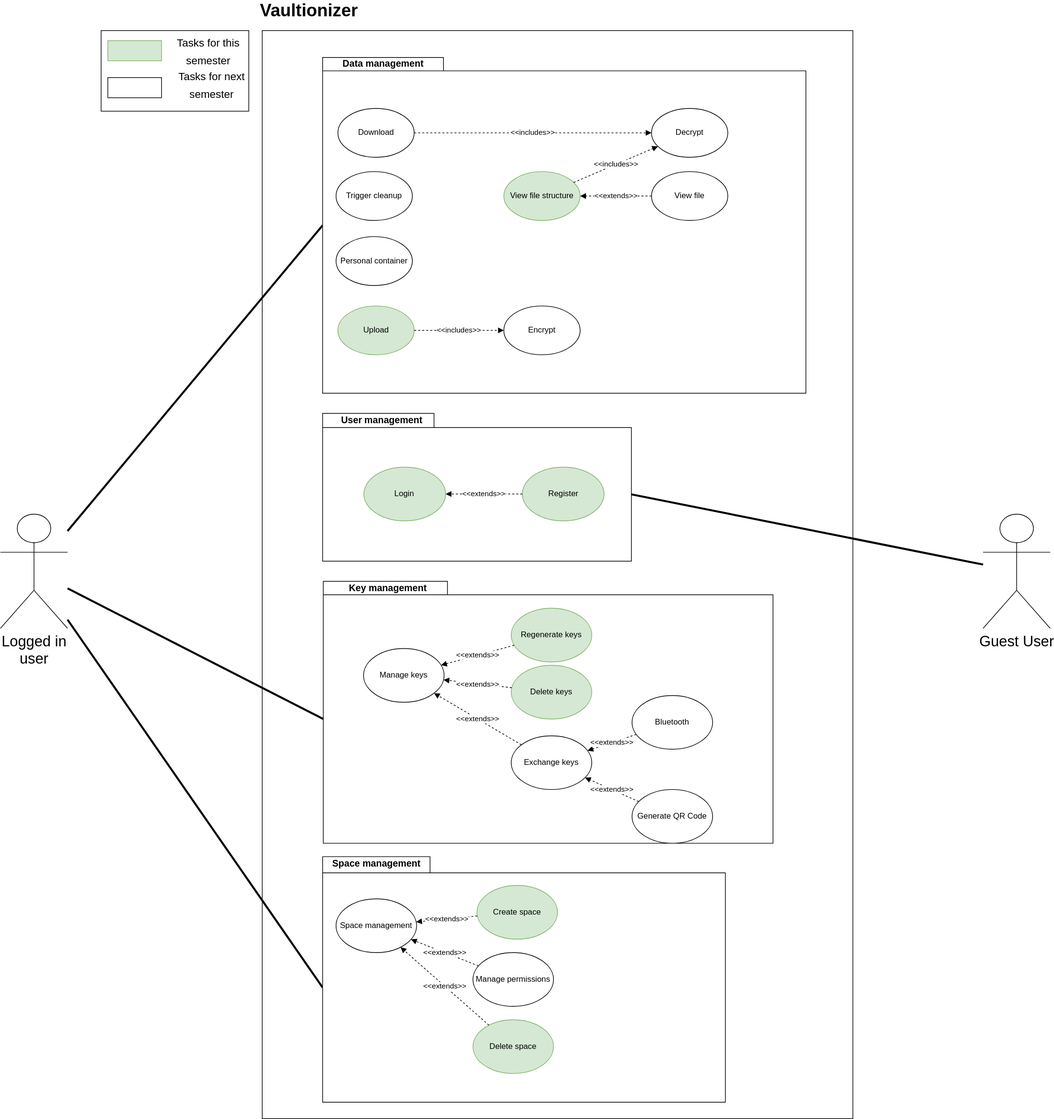
Vaultionizer/vault-docs keeps this draw.io diagram as img/use_cases/overall_use_case.svg. Above is the earlier version. Source tidied: cells renumbered, new cells last; positions are measured from the earlier drawing's top-left corner, leaving out a move shared by most shapes.
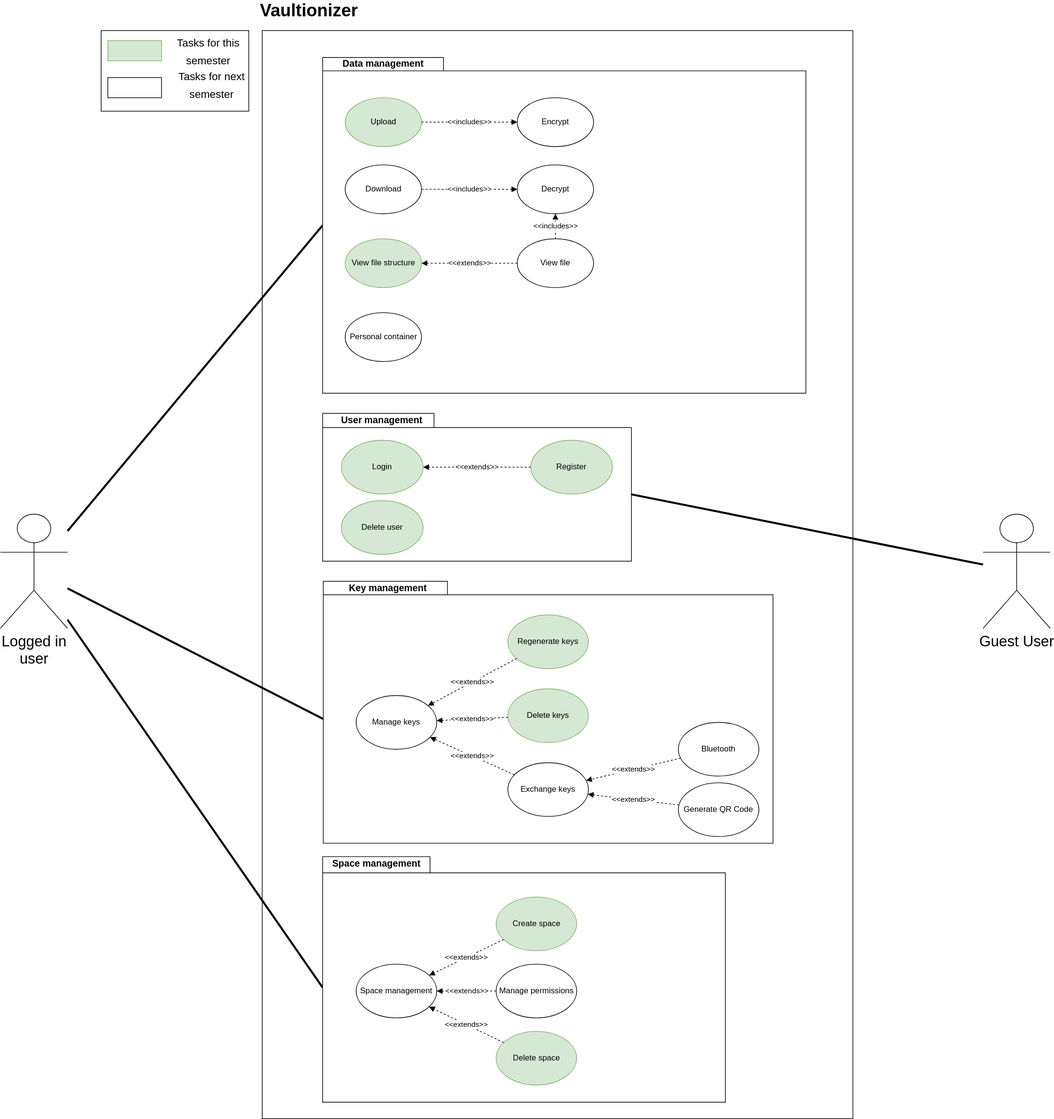
The same file after the commit.

Diff of the diagram source:
```diff
@@ -30,19 +30,19 @@
       <mxGeometry width="600" height="365.5" as="geometry" />
     </mxCell>
     <mxCell id="11" value="Space management" style="ellipse;whiteSpace=wrap;html=1;" parent="9" vertex="1">
-      <mxGeometry x="20" y="62.8" width="120" height="80" as="geometry" />
+      <mxGeometry x="50" y="160" width="120" height="80" as="geometry" />
     </mxCell>
     <mxCell id="12" value="Create space" style="ellipse;whiteSpace=wrap;html=1;fillColor=#d5e8d4;strokeColor=#82b366;" parent="9" vertex="1">
-      <mxGeometry x="230" y="42.8" width="120" height="80" as="geometry" />
+      <mxGeometry x="258.5" y="60" width="120" height="80" as="geometry" />
     </mxCell>
     <mxCell id="13" style="edgeStyle=none;rounded=0;orthogonalLoop=1;jettySize=auto;html=1;exitX=1;exitY=1;exitDx=0;exitDy=0;dashed=1;endArrow=block;endFill=1;" parent="9" edge="1" source="12" target="12">
       <mxGeometry relative="1" as="geometry" />
     </mxCell>
     <mxCell id="14" value="Manage permissions" style="ellipse;whiteSpace=wrap;html=1;" parent="9" vertex="1">
-      <mxGeometry x="224" y="142.8" width="120" height="80" as="geometry" />
+      <mxGeometry x="258.5" y="160" width="120" height="80" as="geometry" />
     </mxCell>
     <mxCell id="15" value="Delete space" style="ellipse;whiteSpace=wrap;html=1;fillColor=#d5e8d4;strokeColor=#82b366;" parent="9" vertex="1">
-      <mxGeometry x="224" y="242.8" width="120" height="80" as="geometry" />
+      <mxGeometry x="258.5" y="260" width="120" height="80" as="geometry" />
     </mxCell>
     <mxCell id="16" value="&amp;lt;&amp;lt;extends&amp;gt;&amp;gt;" style="edgeStyle=none;rounded=0;jettySize=auto;html=1;dashed=1;endArrow=block;endFill=1;" parent="9" edge="1" source="12" target="11">
       <mxGeometry relative="1" as="geometry" />
@@ -63,13 +63,13 @@
       <mxGeometry width="670" height="390" as="geometry" />
     </mxCell>
     <mxCell id="22" value="Manage keys" style="ellipse;whiteSpace=wrap;html=1;" parent="20" vertex="1">
-      <mxGeometry x="60" y="100" width="120" height="80" as="geometry" />
+      <mxGeometry x="49" y="170" width="120" height="80" as="geometry" />
     </mxCell>
     <mxCell id="23" value="Regenerate keys" style="ellipse;whiteSpace=wrap;html=1;fillColor=#d5e8d4;strokeColor=#82b366;" parent="20" vertex="1">
-      <mxGeometry x="280" y="40" width="120" height="80" as="geometry" />
+      <mxGeometry x="275" y="50" width="120" height="80" as="geometry" />
     </mxCell>
     <mxCell id="24" value="Delete keys" style="ellipse;whiteSpace=wrap;html=1;fillColor=#d5e8d4;strokeColor=#82b366;" parent="20" vertex="1">
-      <mxGeometry x="280" y="125" width="120" height="80" as="geometry" />
+      <mxGeometry x="275" y="160" width="120" height="80" as="geometry" />
     </mxCell>
     <mxCell id="25" value="&amp;lt;&amp;lt;extends&amp;gt;&amp;gt;" style="rounded=0;jettySize=auto;html=1;dashed=1;endArrow=block;endFill=1;" parent="20" edge="1" source="23" target="22">
       <mxGeometry relative="1" as="geometry" />
@@ -78,13 +78,13 @@
       <mxGeometry relative="1" as="geometry" />
     </mxCell>
     <mxCell id="27" value="Exchange keys" style="ellipse;whiteSpace=wrap;html=1;" parent="20" vertex="1">
-      <mxGeometry x="280" y="230" width="120" height="80" as="geometry" />
+      <mxGeometry x="275" y="270" width="120" height="80" as="geometry" />
     </mxCell>
     <mxCell id="28" value="Bluetooth" style="ellipse;whiteSpace=wrap;html=1;" parent="20" vertex="1">
-      <mxGeometry x="460" y="170" width="120" height="80" as="geometry" />
+      <mxGeometry x="529" y="210" width="120" height="80" as="geometry" />
     </mxCell>
     <mxCell id="29" value="Generate QR Code" style="ellipse;whiteSpace=wrap;html=1;" parent="20" vertex="1">
-      <mxGeometry x="460" y="310" width="120" height="80" as="geometry" />
+      <mxGeometry x="529" y="300" width="120" height="80" as="geometry" />
     </mxCell>
     <mxCell id="30" value="&amp;lt;&amp;lt;extends&amp;gt;&amp;gt;" style="rounded=0;jettySize=auto;html=1;dashed=1;endArrow=block;endFill=1;" parent="20" edge="1" source="27" target="22">
       <mxGeometry relative="1" as="geometry" />
@@ -105,10 +105,10 @@
       <mxGeometry width="460" height="220" as="geometry" />
     </mxCell>
     <mxCell id="36" value="Login" style="ellipse;whiteSpace=wrap;html=1;fillColor=#d5e8d4;strokeColor=#82b366;" parent="34" vertex="1">
-      <mxGeometry x="61.4" y="80" width="121.9" height="80" as="geometry" />
+      <mxGeometry x="27.9" y="40" width="121.9" height="80" as="geometry" />
     </mxCell>
     <mxCell id="37" value="Register" style="ellipse;whiteSpace=wrap;html=1;fillColor=#d5e8d4;strokeColor=#82b366;" parent="34" vertex="1">
-      <mxGeometry x="297.5" y="80" width="121.9" height="80" as="geometry" />
+      <mxGeometry x="310" y="40" width="121.9" height="80" as="geometry" />
     </mxCell>
     <mxCell id="38" value="&amp;lt;&amp;lt;extends&amp;gt;&amp;gt;" style="rounded=0;jettySize=auto;html=1;dashed=1;endArrow=block;endFill=1;" parent="34" edge="1" source="37" target="36">
       <mxGeometry relative="1" as="geometry" />
@@ -116,6 +116,9 @@
     <mxCell id="39" value="&lt;b style=&quot;font-size: 13px&quot;&gt;&lt;font style=&quot;font-size: 14px&quot;&gt;User&lt;/font&gt; &lt;font style=&quot;font-size: 14px&quot;&gt;management&lt;/font&gt;&lt;/b&gt;" style="text;html=1;strokeColor=none;fillColor=none;align=center;verticalAlign=middle;whiteSpace=wrap;rounded=0;" parent="34" vertex="1">
       <mxGeometry x="16.2" width="145.2" height="20" as="geometry" />
     </mxCell>
+    <mxCell id="65" value="Delete user" style="ellipse;whiteSpace=wrap;html=1;fillColor=#d5e8d4;strokeColor=#82b366;" parent="34" vertex="1">
+      <mxGeometry x="27.9" y="130" width="121.9" height="80" as="geometry" />
+    </mxCell>
     <mxCell id="40" style="group;" parent="1" vertex="1">
       <mxGeometry x="480" y="80" width="720" height="500" as="geometry" />
     </mxCell>
@@ -123,43 +126,40 @@
       <mxGeometry width="720" height="500" as="geometry" />
     </mxCell>
     <mxCell id="42" value="Upload" style="ellipse;whiteSpace=wrap;html=1;fillColor=#d5e8d4;strokeColor=#82b366;" parent="40" vertex="1">
-      <mxGeometry x="22.7" y="370" width="113.7" height="72.7" as="geometry" />
+      <mxGeometry x="33.6" y="60" width="113.7" height="72.7" as="geometry" />
     </mxCell>
     <mxCell id="43" value="Encrypt " style="ellipse;whiteSpace=wrap;html=1;" parent="40" vertex="1">
-      <mxGeometry x="270" y="370" width="113.7" height="72.7" as="geometry" />
+      <mxGeometry x="290" y="60" width="113.7" height="72.7" as="geometry" />
     </mxCell>
     <mxCell id="44" value="&amp;lt;&amp;lt;includes&amp;gt;&amp;gt;" style="edgeStyle=none;rounded=0;jettySize=auto;html=1;dashed=1;endArrow=block;endFill=1;exitX=1;exitY=0.5;exitDx=0;exitDy=0;" parent="40" edge="1" source="42" target="43">
       <mxGeometry x="-6.2" y="218.2" as="geometry" />
     </mxCell>
     <mxCell id="45" value="&lt;div&gt;Download&lt;br&gt;&lt;/div&gt;" style="ellipse;whiteSpace=wrap;html=1;" parent="40" vertex="1">
-      <mxGeometry x="22.7" y="75.9" width="113.7" height="72.7" as="geometry" />
+      <mxGeometry x="33.6" y="160" width="113.7" height="72.7" as="geometry" />
     </mxCell>
     <mxCell id="46" value="Decrypt" style="ellipse;whiteSpace=wrap;html=1;" parent="40" vertex="1">
-      <mxGeometry x="490" y="75.9" width="113.7" height="72.7" as="geometry" />
+      <mxGeometry x="290" y="160" width="113.7" height="72.7" as="geometry" />
     </mxCell>
     <mxCell id="47" value="Personal container" style="ellipse;whiteSpace=wrap;html=1;" parent="40" vertex="1">
-      <mxGeometry x="20" y="266.8" width="113.7" height="72.7" as="geometry" />
+      <mxGeometry x="33.6" y="380" width="113.7" height="72.7" as="geometry" />
     </mxCell>
     <mxCell id="48" value="&amp;lt;&amp;lt;includes&amp;gt;&amp;gt;" style="edgeStyle=none;rounded=0;jettySize=auto;html=1;dashed=1;endArrow=block;endFill=1;exitX=1;exitY=0.5;exitDx=0;exitDy=0;" parent="40" edge="1" source="45" target="46">
       <mxGeometry x="9.5" as="geometry" />
     </mxCell>
     <mxCell id="49" value="View file structure" style="ellipse;whiteSpace=wrap;html=1;fillColor=#d5e8d4;strokeColor=#82b366;" parent="40" vertex="1">
-      <mxGeometry x="270" y="170" width="113.7" height="72.7" as="geometry" />
+      <mxGeometry x="33.6" y="270" width="113.7" height="72.7" as="geometry" />
     </mxCell>
-    <mxCell id="50" value="&amp;lt;&amp;lt;includes&amp;gt;&amp;gt;" style="edgeStyle=none;rounded=0;jettySize=auto;html=1;dashed=1;endArrow=block;endFill=1;" parent="40" edge="1" source="49" target="46">
+    <mxCell id="50" value="&amp;lt;&amp;lt;includes&amp;gt;&amp;gt;" style="edgeStyle=none;rounded=0;jettySize=auto;html=1;dashed=1;endArrow=block;endFill=1;" parent="40" edge="1" source="54" target="46">
       <mxGeometry x="9.5" as="geometry" />
     </mxCell>
     <mxCell id="51" value="&lt;b&gt;&lt;font style=&quot;font-size: 14px&quot;&gt;Data management&lt;/font&gt;&lt;/b&gt;" style="text;html=1;strokeColor=none;fillColor=none;align=center;verticalAlign=middle;whiteSpace=wrap;rounded=0;" parent="40" vertex="1">
       <mxGeometry x="22.7" width="135.5" height="18.2" as="geometry" />
     </mxCell>
-    <mxCell id="52" value="Trigger cleanup" style="ellipse;whiteSpace=wrap;html=1;" parent="40" vertex="1">
-      <mxGeometry x="20" y="170" width="113.7" height="72.7" as="geometry" />
-    </mxCell>
     <mxCell id="53" value="&amp;lt;&amp;lt;extends&amp;gt;&amp;gt;" style="edgeStyle=orthogonalEdgeStyle;rounded=0;jettySize=auto;html=1;exitX=0;exitY=0.5;exitDx=0;exitDy=0;entryX=1;entryY=0.5;entryDx=0;entryDy=0;endArrow=block;endFill=1;dashed=1;" parent="40" edge="1" source="54" target="49">
       <mxGeometry relative="1" as="geometry" />
     </mxCell>
     <mxCell id="54" value="View file" style="ellipse;whiteSpace=wrap;html=1;" parent="40" vertex="1">
-      <mxGeometry x="490" y="170" width="113.7" height="72.7" as="geometry" />
+      <mxGeometry x="290" y="270" width="113.7" height="72.7" as="geometry" />
     </mxCell>
     <mxCell id="55" value="Vaultionizer" style="text;html=1;strokeColor=none;fillColor=none;align=center;verticalAlign=middle;whiteSpace=wrap;rounded=0;fontSize=26;fontStyle=1;" parent="1" vertex="1">
       <mxGeometry x="440" width="40" height="20" as="geometry" />
```
